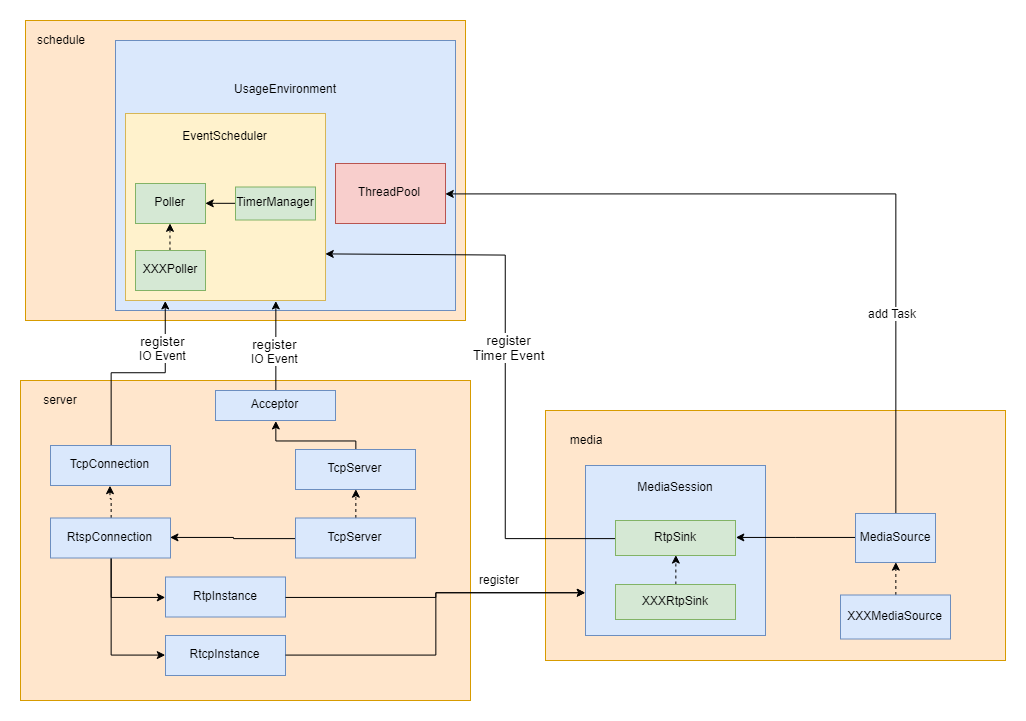
Earlier version of the draw.io export pic/frame.png (ImSjt/RtspServer). Source tidied: cells renumbered, new cells last; positions are measured from the earlier drawing's top-left corner, leaving out a move shared by most shapes. Its diagram source:
```xml
<mxGraphModel>
  <root>
    <mxCell id="0" />
    <mxCell id="1" parent="0" />
    <mxCell id="2" style="rounded=0;whiteSpace=wrap;html=1;fillColor=#ffe6cc;strokeColor=#d79b00;" parent="1" vertex="1">
      <mxGeometry x="5" width="440" height="300" as="geometry" />
    </mxCell>
    <mxCell id="3" value="schedule" style="text;html=1;strokeColor=none;fillColor=none;align=center;verticalAlign=middle;whiteSpace=wrap;rounded=0;" parent="1" vertex="1">
      <mxGeometry x="15" y="10" width="50" height="20" as="geometry" />
    </mxCell>
    <mxCell id="4" value="UsageEnvironment&lt;br&gt;&lt;br&gt;&lt;br&gt;&lt;br&gt;&lt;br&gt;&lt;br&gt;&lt;br&gt;&lt;br&gt;&lt;br&gt;&lt;br&gt;&lt;br&gt;&lt;br&gt;" style="rounded=0;whiteSpace=wrap;html=1;fillColor=#dae8fc;strokeColor=#6c8ebf;" parent="1" vertex="1">
      <mxGeometry x="95" y="20" width="340" height="270" as="geometry" />
    </mxCell>
    <mxCell id="5" value="EventScheduler&lt;br&gt;&lt;br&gt;&lt;br&gt;&lt;br&gt;&lt;br&gt;&lt;br&gt;&lt;br&gt;&lt;br&gt;&lt;br&gt;&lt;br&gt;" style="rounded=0;whiteSpace=wrap;html=1;fillColor=#fff2cc;strokeColor=#d6b656;" parent="1" vertex="1">
      <mxGeometry x="105" y="93" width="200" height="187" as="geometry" />
    </mxCell>
    <mxCell id="6" value="ThreadPool" style="rounded=0;whiteSpace=wrap;html=1;fillColor=#f8cecc;strokeColor=#b85450;" parent="1" vertex="1">
      <mxGeometry x="315" y="143" width="110" height="60" as="geometry" />
    </mxCell>
    <mxCell id="7" value="Poller" style="rounded=0;whiteSpace=wrap;html=1;fillColor=#d5e8d4;strokeColor=#82b366;" parent="1" vertex="1">
      <mxGeometry x="115" y="163" width="70" height="40" as="geometry" />
    </mxCell>
    <mxCell id="8" style="edgeStyle=orthogonalEdgeStyle;rounded=0;jettySize=auto;html=1;entryX=1;entryY=0.5;entryDx=0;entryDy=0;" parent="1" edge="1" source="9" target="7">
      <mxGeometry relative="1" as="geometry" />
    </mxCell>
    <mxCell id="9" value="TimerManager" style="rounded=0;whiteSpace=wrap;html=1;fillColor=#d5e8d4;strokeColor=#82b366;" parent="1" vertex="1">
      <mxGeometry x="215" y="166.5" width="80" height="33" as="geometry" />
    </mxCell>
    <mxCell id="10" style="edgeStyle=orthogonalEdgeStyle;rounded=0;jettySize=auto;html=1;entryX=0.5;entryY=1;entryDx=0;entryDy=0;dashed=1;" parent="1" edge="1" source="11" target="7">
      <mxGeometry relative="1" as="geometry" />
    </mxCell>
    <mxCell id="11" value="XXXPoller" style="rounded=0;whiteSpace=wrap;html=1;fillColor=#d5e8d4;strokeColor=#82b366;" parent="1" vertex="1">
      <mxGeometry x="115" y="230" width="70" height="40" as="geometry" />
    </mxCell>
    <mxCell id="12" style="rounded=0;whiteSpace=wrap;html=1;fillColor=#ffe6cc;strokeColor=#d79b00;" parent="1" vertex="1">
      <mxGeometry y="360" width="450" height="320" as="geometry" />
    </mxCell>
    <mxCell id="13" value="server" style="text;html=1;strokeColor=none;fillColor=none;align=center;verticalAlign=middle;whiteSpace=wrap;rounded=0;" parent="1" vertex="1">
      <mxGeometry x="20" y="370" width="40" height="20" as="geometry" />
    </mxCell>
    <mxCell id="14" style="edgeStyle=orthogonalEdgeStyle;rounded=0;jettySize=auto;html=1;entryX=0.5;entryY=1;entryDx=0;entryDy=0;" parent="1" edge="1" source="15" target="21">
      <mxGeometry relative="1" as="geometry">
        <Array as="points">
          <mxPoint x="335" y="420" />
          <mxPoint x="255" y="420" />
        </Array>
      </mxGeometry>
    </mxCell>
    <mxCell id="15" value="TcpServer" style="rounded=0;whiteSpace=wrap;html=1;fillColor=#dae8fc;strokeColor=#6c8ebf;" parent="1" vertex="1">
      <mxGeometry x="275" y="429" width="120" height="40" as="geometry" />
    </mxCell>
    <mxCell id="16" style="edgeStyle=orthogonalEdgeStyle;rounded=0;jettySize=auto;html=1;entryX=0.5;entryY=1;entryDx=0;entryDy=0;dashed=1;" parent="1" edge="1" source="18" target="15">
      <mxGeometry relative="1" as="geometry" />
    </mxCell>
    <mxCell id="17" style="edgeStyle=orthogonalEdgeStyle;rounded=0;jettySize=auto;html=1;entryX=1;entryY=0.5;entryDx=0;entryDy=0;" parent="1" edge="1" source="18" target="28">
      <mxGeometry relative="1" as="geometry" />
    </mxCell>
    <mxCell id="18" value="TcpServer" style="rounded=0;whiteSpace=wrap;html=1;fillColor=#dae8fc;strokeColor=#6c8ebf;" parent="1" vertex="1">
      <mxGeometry x="275" y="497.5" width="120" height="40" as="geometry" />
    </mxCell>
    <mxCell id="19" style="edgeStyle=orthogonalEdgeStyle;rounded=0;jettySize=auto;html=1;entryX=0.75;entryY=1;entryDx=0;entryDy=0;" parent="1" edge="1" source="21" target="5">
      <mxGeometry relative="1" as="geometry" />
    </mxCell>
    <mxCell id="20" value="&lt;span style=&quot;font-size: 13.3333px&quot;&gt;register&lt;/span&gt;&lt;br&gt;IO Event" style="text;html=1;align=center;verticalAlign=middle;labelBackgroundColor=#ffffff;" parent="19" vertex="1">
      <mxGeometry y="-6" relative="1" as="geometry">
        <mxPoint x="-5" y="6" as="offset" />
      </mxGeometry>
    </mxCell>
    <mxCell id="21" value="Acceptor" style="rounded=0;whiteSpace=wrap;html=1;fillColor=#dae8fc;strokeColor=#6c8ebf;" parent="1" vertex="1">
      <mxGeometry x="195" y="370" width="120" height="30" as="geometry" />
    </mxCell>
    <mxCell id="22" style="edgeStyle=orthogonalEdgeStyle;rounded=0;jettySize=auto;html=1;entryX=0.2;entryY=1;entryDx=0;entryDy=0;entryPerimeter=0;" parent="1" edge="1" source="24" target="5">
      <mxGeometry relative="1" as="geometry" />
    </mxCell>
    <mxCell id="23" value="&lt;span style=&quot;font-size: 13.3333px&quot;&gt;register&lt;/span&gt;&lt;br&gt;IO Event" style="text;html=1;align=center;verticalAlign=middle;labelBackgroundColor=#ffffff;" parent="22" vertex="1">
      <mxGeometry x="0.4" y="-3" relative="1" as="geometry">
        <mxPoint x="-3" y="-11" as="offset" />
      </mxGeometry>
    </mxCell>
    <mxCell id="24" value="TcpConnection" style="rounded=0;whiteSpace=wrap;html=1;fillColor=#dae8fc;strokeColor=#6c8ebf;" parent="1" vertex="1">
      <mxGeometry x="30" y="425" width="120" height="40" as="geometry" />
    </mxCell>
    <mxCell id="25" style="edgeStyle=orthogonalEdgeStyle;rounded=0;jettySize=auto;html=1;entryX=0.5;entryY=1;entryDx=0;entryDy=0;dashed=1;" parent="1" edge="1" source="28" target="24">
      <mxGeometry relative="1" as="geometry" />
    </mxCell>
    <mxCell id="26" style="edgeStyle=orthogonalEdgeStyle;rounded=0;jettySize=auto;html=1;entryX=0;entryY=0.5;entryDx=0;entryDy=0;" parent="1" edge="1" source="28" target="29">
      <mxGeometry relative="1" as="geometry" />
    </mxCell>
    <mxCell id="27" style="edgeStyle=orthogonalEdgeStyle;rounded=0;jettySize=auto;html=1;entryX=0;entryY=0.5;entryDx=0;entryDy=0;" parent="1" edge="1" source="28" target="30">
      <mxGeometry relative="1" as="geometry" />
    </mxCell>
    <mxCell id="28" value="RtspConnection" style="rounded=0;whiteSpace=wrap;html=1;fillColor=#dae8fc;strokeColor=#6c8ebf;" parent="1" vertex="1">
      <mxGeometry x="30" y="497.5" width="120" height="40" as="geometry" />
    </mxCell>
    <mxCell id="29" value="RtpInstance" style="rounded=0;whiteSpace=wrap;html=1;fillColor=#dae8fc;strokeColor=#6c8ebf;" parent="1" vertex="1">
      <mxGeometry x="145" y="556.5" width="120" height="40" as="geometry" />
    </mxCell>
    <mxCell id="30" value="RtcpInstance" style="rounded=0;whiteSpace=wrap;html=1;fillColor=#dae8fc;strokeColor=#6c8ebf;" parent="1" vertex="1">
      <mxGeometry x="145" y="615" width="120" height="40" as="geometry" />
    </mxCell>
    <mxCell id="31" style="rounded=0;whiteSpace=wrap;html=1;fillColor=#ffe6cc;strokeColor=#d79b00;" parent="1" vertex="1">
      <mxGeometry x="525" y="390" width="460" height="250" as="geometry" />
    </mxCell>
    <mxCell id="32" value="media" style="text;html=1;strokeColor=none;fillColor=none;align=center;verticalAlign=middle;whiteSpace=wrap;rounded=0;" parent="1" vertex="1">
      <mxGeometry x="545" y="410" width="40" height="20" as="geometry" />
    </mxCell>
    <mxCell id="33" value="MediaSession&lt;br&gt;&lt;br&gt;&lt;br&gt;&lt;br&gt;&lt;br&gt;&lt;br&gt;&lt;br&gt;&lt;br&gt;&lt;br&gt;" style="rounded=0;whiteSpace=wrap;html=1;fillColor=#dae8fc;strokeColor=#6c8ebf;" parent="1" vertex="1">
      <mxGeometry x="565" y="445" width="180" height="170" as="geometry" />
    </mxCell>
    <mxCell id="34" style="edgeStyle=orthogonalEdgeStyle;rounded=0;jettySize=auto;html=1;entryX=1;entryY=0.75;entryDx=0;entryDy=0;" parent="1" edge="1" source="36" target="5">
      <mxGeometry relative="1" as="geometry">
        <Array as="points">
          <mxPoint x="485" y="518" />
          <mxPoint x="485" y="234" />
        </Array>
      </mxGeometry>
    </mxCell>
    <mxCell id="35" value="&lt;span style=&quot;font-size: 13.3333px&quot;&gt;register&lt;br&gt;Timer Event&lt;br&gt;&lt;/span&gt;" style="text;html=1;align=center;verticalAlign=middle;labelBackgroundColor=#ffffff;" parent="34" vertex="1">
      <mxGeometry x="0.05" y="-3" relative="1" as="geometry" />
    </mxCell>
    <mxCell id="36" value="RtpSink" style="rounded=0;whiteSpace=wrap;html=1;fillColor=#d5e8d4;strokeColor=#82b366;" parent="1" vertex="1">
      <mxGeometry x="595" y="500" width="120" height="35" as="geometry" />
    </mxCell>
    <mxCell id="37" style="edgeStyle=orthogonalEdgeStyle;rounded=0;jettySize=auto;html=1;entryX=0.5;entryY=1;entryDx=0;entryDy=0;dashed=1;" parent="1" edge="1" source="38" target="36">
      <mxGeometry relative="1" as="geometry" />
    </mxCell>
    <mxCell id="38" value="XXXRtpSink" style="rounded=0;whiteSpace=wrap;html=1;fillColor=#d5e8d4;strokeColor=#82b366;" parent="1" vertex="1">
      <mxGeometry x="595" y="564" width="120" height="35" as="geometry" />
    </mxCell>
    <mxCell id="39" style="edgeStyle=orthogonalEdgeStyle;rounded=0;jettySize=auto;html=1;entryX=1;entryY=0.5;entryDx=0;entryDy=0;" parent="1" edge="1" source="42" target="36">
      <mxGeometry relative="1" as="geometry" />
    </mxCell>
    <mxCell id="40" style="edgeStyle=orthogonalEdgeStyle;rounded=0;jettySize=auto;html=1;entryX=1;entryY=0.5;entryDx=0;entryDy=0;" parent="1" edge="1" source="42" target="6">
      <mxGeometry relative="1" as="geometry">
        <Array as="points">
          <mxPoint x="875" y="173" />
        </Array>
      </mxGeometry>
    </mxCell>
    <mxCell id="41" value="add Task" style="text;html=1;align=center;verticalAlign=middle;labelBackgroundColor=#ffffff;" parent="40" vertex="1">
      <mxGeometry x="-0.48" y="1" relative="1" as="geometry" />
    </mxCell>
    <mxCell id="42" value="MediaSource" style="rounded=0;whiteSpace=wrap;html=1;fillColor=#dae8fc;strokeColor=#6c8ebf;" parent="1" vertex="1">
      <mxGeometry x="835" y="493" width="80" height="49" as="geometry" />
    </mxCell>
    <mxCell id="43" style="edgeStyle=orthogonalEdgeStyle;rounded=0;jettySize=auto;html=1;entryX=0;entryY=0.75;entryDx=0;entryDy=0;" parent="1" edge="1" source="30" target="33">
      <mxGeometry relative="1" as="geometry" />
    </mxCell>
    <mxCell id="44" style="edgeStyle=orthogonalEdgeStyle;rounded=0;jettySize=auto;html=1;entryX=0;entryY=0.75;entryDx=0;entryDy=0;" parent="1" edge="1" source="29" target="33">
      <mxGeometry relative="1" as="geometry" />
    </mxCell>
    <mxCell id="45" value="register" style="text;html=1;align=center;verticalAlign=middle;labelBackgroundColor=#ffffff;" parent="44" vertex="1">
      <mxGeometry x="-0.57" relative="1" as="geometry">
        <mxPoint x="150.5" y="-17.5" as="offset" />
      </mxGeometry>
    </mxCell>
    <mxCell id="46" style="edgeStyle=orthogonalEdgeStyle;rounded=0;jettySize=auto;html=1;entryX=0.5;entryY=1;entryDx=0;entryDy=0;dashed=1;" parent="1" edge="1" source="47" target="42">
      <mxGeometry relative="1" as="geometry" />
    </mxCell>
    <mxCell id="47" value="XXXMediaSource" style="rounded=0;whiteSpace=wrap;html=1;fillColor=#dae8fc;strokeColor=#6c8ebf;" parent="1" vertex="1">
      <mxGeometry x="820" y="574.5" width="110" height="44" as="geometry" />
    </mxCell>
  </root>
</mxGraphModel>
```
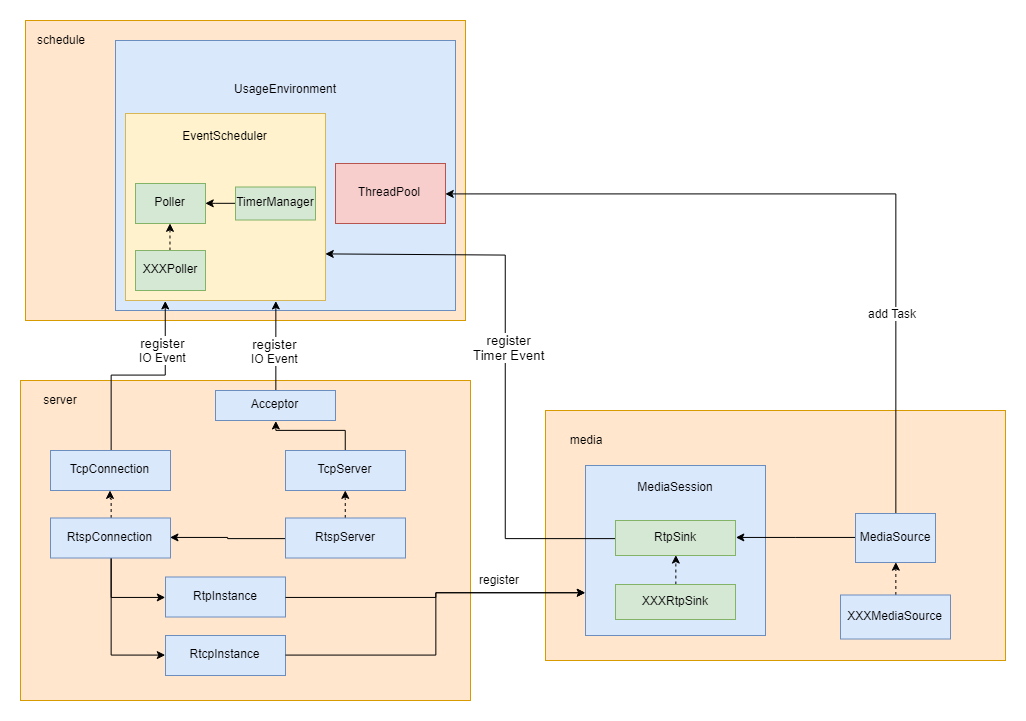
The same file after the commit.

Change to the diagram source:
```diff
@@ -39,15 +39,10 @@
       <mxGeometry x="20" y="370" width="40" height="20" as="geometry" />
     </mxCell>
     <mxCell id="14" style="edgeStyle=orthogonalEdgeStyle;rounded=0;jettySize=auto;html=1;entryX=0.5;entryY=1;entryDx=0;entryDy=0;" parent="1" edge="1" source="15" target="21">
-      <mxGeometry relative="1" as="geometry">
-        <Array as="points">
-          <mxPoint x="335" y="420" />
-          <mxPoint x="255" y="420" />
-        </Array>
-      </mxGeometry>
+      <mxGeometry relative="1" as="geometry" />
     </mxCell>
     <mxCell id="15" value="TcpServer" style="rounded=0;whiteSpace=wrap;html=1;fillColor=#dae8fc;strokeColor=#6c8ebf;" parent="1" vertex="1">
-      <mxGeometry x="275" y="429" width="120" height="40" as="geometry" />
+      <mxGeometry x="265" y="430" width="120" height="40" as="geometry" />
     </mxCell>
     <mxCell id="16" style="edgeStyle=orthogonalEdgeStyle;rounded=0;jettySize=auto;html=1;entryX=0.5;entryY=1;entryDx=0;entryDy=0;dashed=1;" parent="1" edge="1" source="18" target="15">
       <mxGeometry relative="1" as="geometry" />
@@ -55,8 +50,8 @@
     <mxCell id="17" style="edgeStyle=orthogonalEdgeStyle;rounded=0;jettySize=auto;html=1;entryX=1;entryY=0.5;entryDx=0;entryDy=0;" parent="1" edge="1" source="18" target="28">
       <mxGeometry relative="1" as="geometry" />
     </mxCell>
-    <mxCell id="18" value="TcpServer" style="rounded=0;whiteSpace=wrap;html=1;fillColor=#dae8fc;strokeColor=#6c8ebf;" parent="1" vertex="1">
-      <mxGeometry x="275" y="497.5" width="120" height="40" as="geometry" />
+    <mxCell id="18" value="RtspServer" style="rounded=0;whiteSpace=wrap;html=1;fillColor=#dae8fc;strokeColor=#6c8ebf;" parent="1" vertex="1">
+      <mxGeometry x="265" y="497.5" width="120" height="40" as="geometry" />
     </mxCell>
     <mxCell id="19" style="edgeStyle=orthogonalEdgeStyle;rounded=0;jettySize=auto;html=1;entryX=0.75;entryY=1;entryDx=0;entryDy=0;" parent="1" edge="1" source="21" target="5">
       <mxGeometry relative="1" as="geometry" />
@@ -78,7 +73,7 @@
       </mxGeometry>
     </mxCell>
     <mxCell id="24" value="TcpConnection" style="rounded=0;whiteSpace=wrap;html=1;fillColor=#dae8fc;strokeColor=#6c8ebf;" parent="1" vertex="1">
-      <mxGeometry x="30" y="425" width="120" height="40" as="geometry" />
+      <mxGeometry x="30" y="430" width="120" height="40" as="geometry" />
     </mxCell>
     <mxCell id="25" style="edgeStyle=orthogonalEdgeStyle;rounded=0;jettySize=auto;html=1;entryX=0.5;entryY=1;entryDx=0;entryDy=0;dashed=1;" parent="1" edge="1" source="28" target="24">
       <mxGeometry relative="1" as="geometry" />
```
